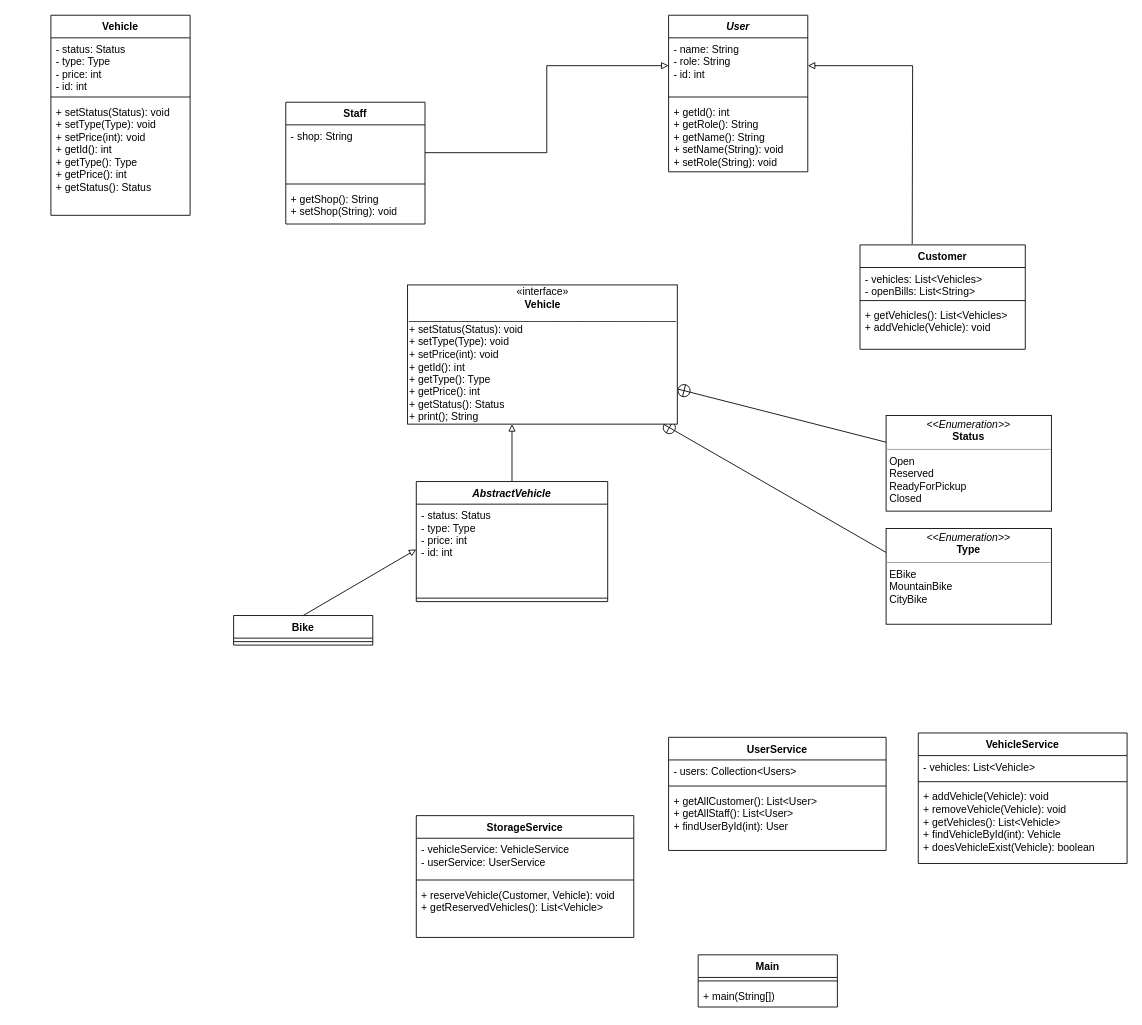
The draw.io diagram JuventusVeloShop.drawio in flaver12/Juventus_VeloShop, before the edit. Source tidied: cells renumbered, new cells numbered last; positions are measured from the earlier drawing's top-left corner, leaving out a move shared by most shapes. Both pictures are drawn from the tidied source at 87%, with x=0, y=0 at pixel (50, 15).
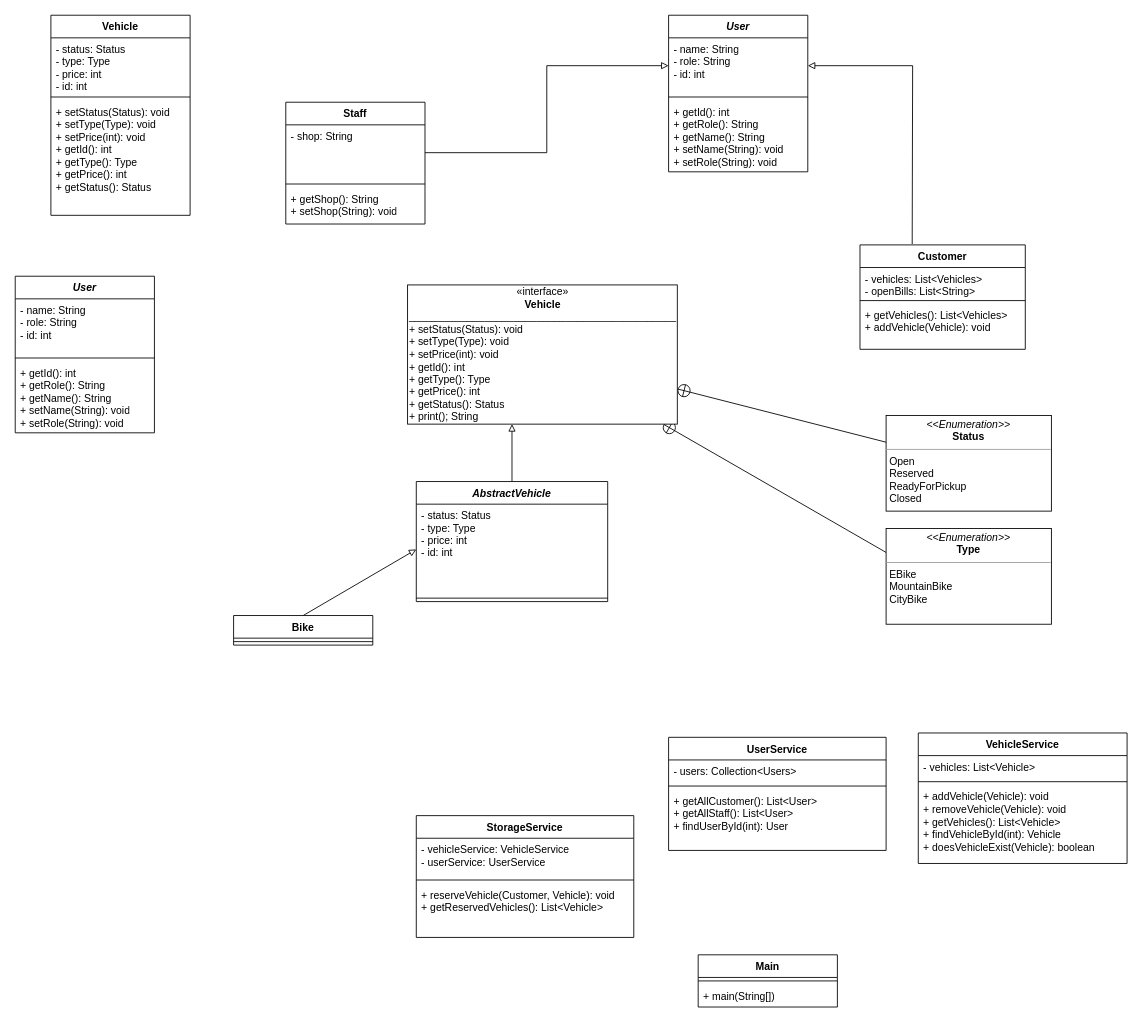
The same page after the edit.

The edit, as a diff of the source:
```diff
@@
+    <mxCell id="47" value="&lt;i&gt;User&lt;/i&gt;" style="swimlane;fontStyle=1;align=center;verticalAlign=top;horizontal=1;startSize=26;whiteSpace=wrap;html=1;" parent="1" vertex="1">
+      <mxGeometry x="-41" y="300" width="160" height="180" as="geometry" />
+    </mxCell>
+    <mxCell id="48" value="- name: String&lt;br&gt;- role: String&lt;br&gt;- id: int" style="text;strokeColor=none;fillColor=none;align=left;verticalAlign=top;spacingLeft=4;spacingRight=4;overflow=hidden;whiteSpace=wrap;html=1;" parent="47" vertex="1">
+      <mxGeometry y="26" width="160" height="64" as="geometry" />
+    </mxCell>
+    <mxCell id="49" style="line;strokeWidth=1;fillColor=none;align=left;verticalAlign=middle;spacingTop=-1;spacingLeft=3;spacingRight=3;labelPosition=right;strokeColor=inherit;" parent="47" vertex="1">
+      <mxGeometry y="90" width="160" height="8" as="geometry" />
+    </mxCell>
+    <mxCell id="50" value="+ getId(): int&lt;br&gt;+ getRole(): String&lt;br&gt;+ getName(): String&lt;br&gt;+ setName(String): void&lt;br&gt;+ setRole(String): void" style="text;strokeColor=none;fillColor=none;align=left;verticalAlign=top;spacingLeft=4;spacingRight=4;overflow=hidden;whiteSpace=wrap;html=1;" parent="47" vertex="1">
+      <mxGeometry y="98" width="160" height="82" as="geometry" />
+    </mxCell>
```
